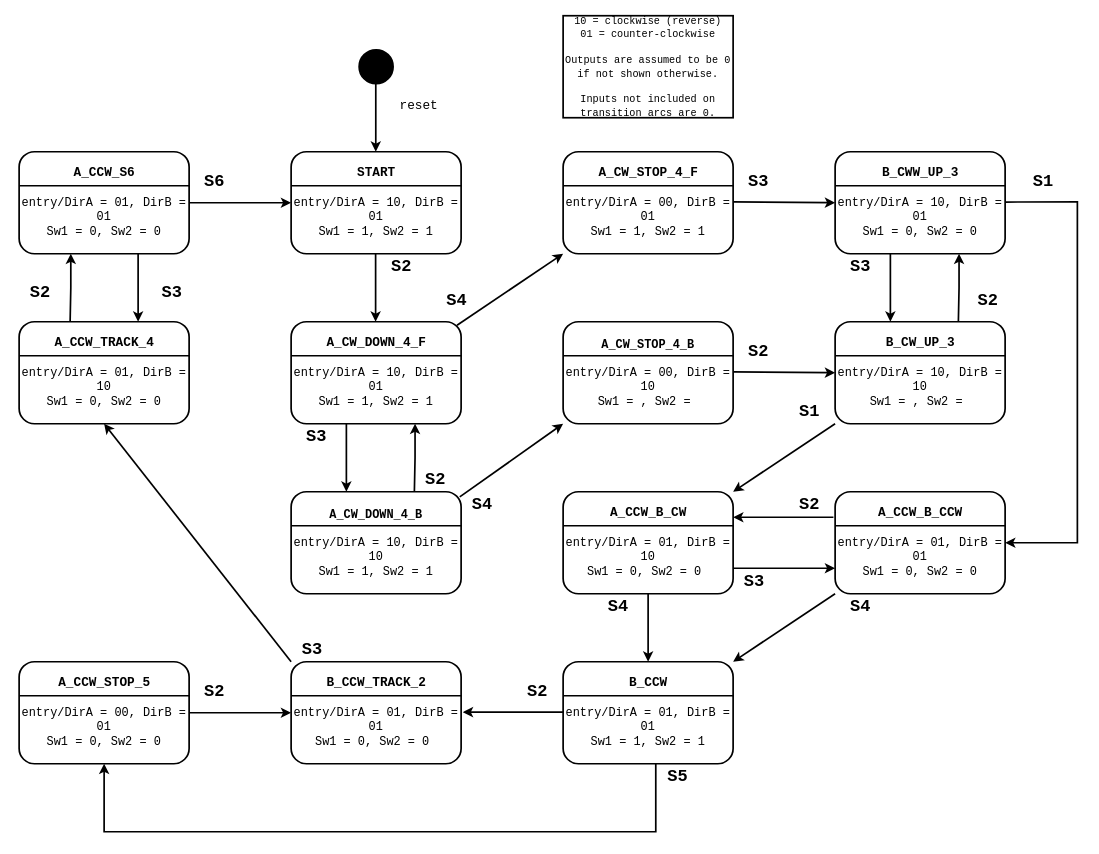
Earlier version of the draw.io diagram page "Lab6PreLab" (4 of 4) of CS1301/Untitled Diagram.drawio (printjoshhere/CS1301). Source tidied: cells renumbered, new cells numbered last; positions are measured from the earlier drawing's top-left corner, leaving out a move shared by most shapes. Both pictures are drawn from the tidied source at 85%, with x=0, y=0 at pixel (14, 15).
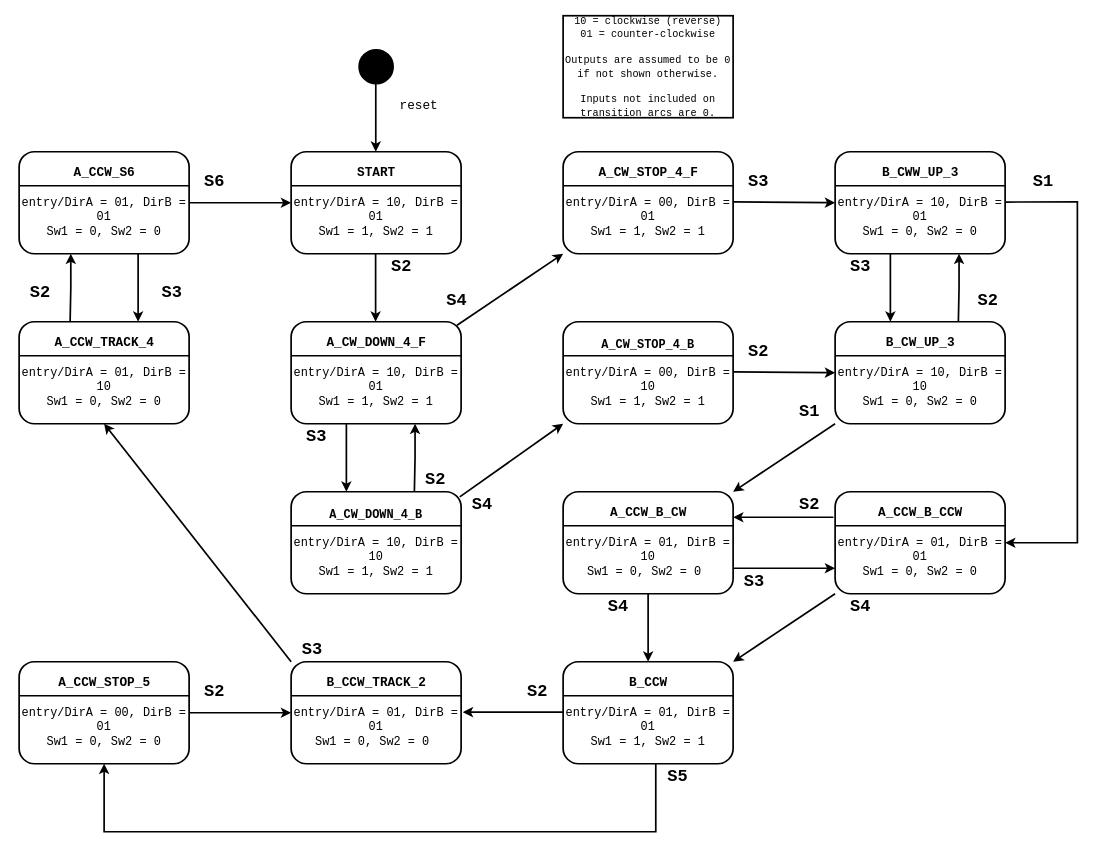
After the change.

The edit, as a diff of the source:
```diff
@@
-    <mxCell id="45" value="&lt;font style=&quot;font-size: 14px;&quot; face=&quot;consolas&quot;&gt;&lt;br&gt;&lt;br&gt;&lt;br&gt;&lt;font style=&quot;font-size: 14px;&quot;&gt;entry/DirA = 10, DirB = 10&lt;/font&gt;&lt;br&gt;&lt;font style=&quot;font-size: 14px;&quot;&gt;Sw1 = , Sw2 =&amp;nbsp;&lt;/font&gt;&lt;br&gt;&lt;span style=&quot;&quot;&gt;&amp;nbsp;&lt;/span&gt;&lt;/font&gt;" style="rounded=1;whiteSpace=wrap;html=1;strokeWidth=2;" parent="1" vertex="1">
+    <mxCell id="45" value="&lt;font style=&quot;font-size: 14px;&quot; face=&quot;consolas&quot;&gt;&lt;br&gt;&lt;br&gt;&lt;br&gt;&lt;font style=&quot;font-size: 14px;&quot;&gt;entry/DirA = 10, DirB = 10&lt;/font&gt;&lt;br&gt;&lt;font style=&quot;font-size: 14px;&quot;&gt;Sw1 = 0, Sw2 = 0&lt;/font&gt;&lt;br&gt;&lt;span style=&quot;&quot;&gt;&amp;nbsp;&lt;/span&gt;&lt;/font&gt;" style="rounded=1;whiteSpace=wrap;html=1;strokeWidth=2;" parent="1" vertex="1">
       <mxGeometry x="965" y="360" width="200" height="120" as="geometry" />
     </mxCell>
@@
-    <mxCell id="61" value="&lt;font style=&quot;font-size: 14px;&quot; face=&quot;consolas&quot;&gt;&lt;br&gt;&lt;b&gt;A_CW_STOP_4_B&lt;/b&gt;&lt;br&gt;&lt;br&gt;&lt;font style=&quot;font-size: 14px;&quot;&gt;entry/DirA = 00, DirB = 10&lt;/font&gt;&lt;br&gt;&lt;font style=&quot;font-size: 14px;&quot;&gt;Sw1 = , Sw2 =&amp;nbsp;&lt;/font&gt;&lt;br&gt;&lt;span style=&quot;&quot;&gt;&amp;nbsp;&lt;/span&gt;&lt;/font&gt;" style="rounded=1;whiteSpace=wrap;html=1;strokeWidth=2;" parent="1" vertex="1">
+    <mxCell id="61" value="&lt;font style=&quot;font-size: 14px;&quot; face=&quot;consolas&quot;&gt;&lt;br&gt;&lt;b&gt;A_CW_STOP_4_B&lt;/b&gt;&lt;br&gt;&lt;br&gt;&lt;font style=&quot;font-size: 14px;&quot;&gt;entry/DirA = 00, DirB = 10&lt;/font&gt;&lt;br&gt;&lt;font style=&quot;font-size: 14px;&quot;&gt;Sw1 = 1, Sw2 = 1&lt;/font&gt;&lt;br&gt;&lt;span style=&quot;&quot;&gt;&amp;nbsp;&lt;/span&gt;&lt;/font&gt;" style="rounded=1;whiteSpace=wrap;html=1;strokeWidth=2;" parent="1" vertex="1">
       <mxGeometry x="645" y="360" width="200" height="120" as="geometry" />
     </mxCell>
```
